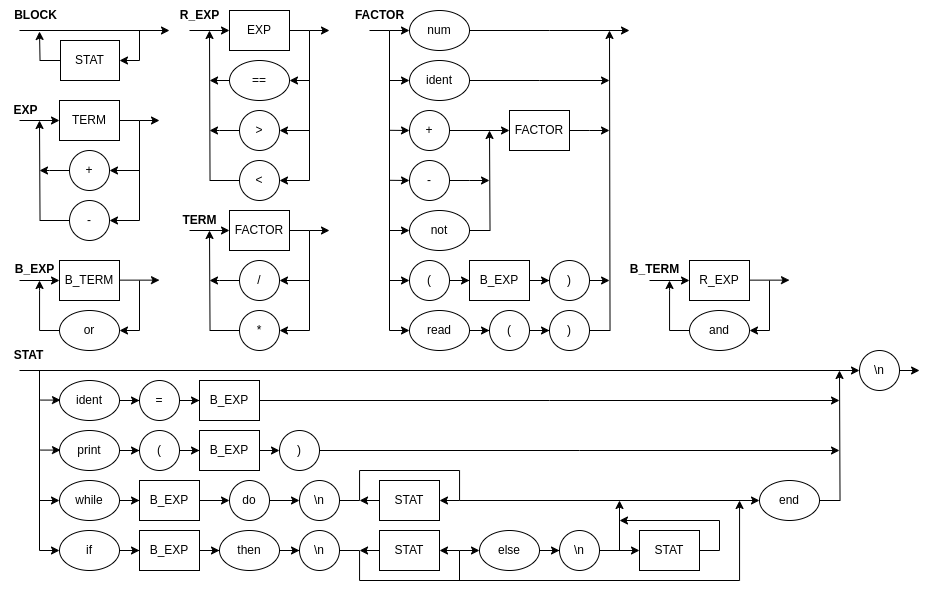
Above: diagrama_sintatico.png in jeronimo-a/logcomp-2024-1 (draw.io), before the change. Source tidied: cells renumbered, new cells last; positions are measured from the earlier drawing's top-left corner, leaving out a move shared by most shapes.
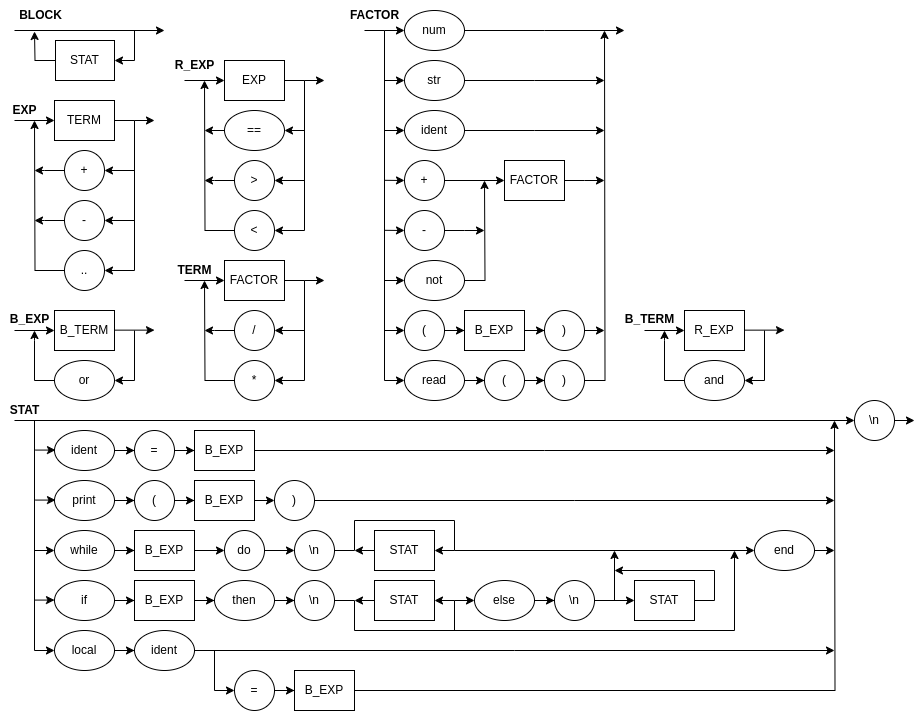
After the commit.

Commit message:
Atualização do diagrama sintático

What changed in the source:
```diff
@@ -33,63 +33,63 @@
     </mxCell>
     <mxCell id="9" style="edgeStyle=orthogonalEdgeStyle;rounded=0;jettySize=auto;html=1;exitX=1;exitY=0.5;exitDx=0;exitDy=0;" parent="1" edge="1" source="16">
       <mxGeometry relative="1" as="geometry">
-        <mxPoint x="159" y="120" as="targetPoint" />
+        <mxPoint x="159" y="70" as="targetPoint" />
       </mxGeometry>
     </mxCell>
     <mxCell id="10" style="edgeStyle=orthogonalEdgeStyle;rounded=0;jettySize=auto;html=1;" parent="1" edge="1" source="11">
       <mxGeometry relative="1" as="geometry">
-        <mxPoint x="39" y="170" as="targetPoint" />
+        <mxPoint x="39" y="120" as="targetPoint" />
       </mxGeometry>
     </mxCell>
     <mxCell id="11" value="+" style="ellipse;whiteSpace=wrap;html=1;" parent="1" vertex="1">
-      <mxGeometry x="69" y="150" width="40" height="40" as="geometry" />
+      <mxGeometry x="69" y="100" width="40" height="40" as="geometry" />
     </mxCell>
-    <mxCell id="12" style="edgeStyle=orthogonalEdgeStyle;rounded=0;jettySize=auto;html=1;" parent="1" edge="1" source="13">
-      <mxGeometry relative="1" as="geometry">
-        <mxPoint x="39" y="120" as="targetPoint" />
-      </mxGeometry>
-    </mxCell>
+    <mxCell id="140" style="edgeStyle=orthogonalEdgeStyle;rounded=0;jettySize=auto;html=1;" parent="1" edge="1" source="13">
+      <mxGeometry relative="1" as="geometry">
+        <mxPoint x="39" y="170" as="targetPoint" />
+      </mxGeometry>
+    </mxCell>
     <mxCell id="13" value="-" style="ellipse;whiteSpace=wrap;html=1;" parent="1" vertex="1">
-      <mxGeometry x="69" y="200" width="40" height="40" as="geometry" />
+      <mxGeometry x="69" y="150" width="40" height="40" as="geometry" />
     </mxCell>
     <mxCell id="14" style="endArrow=classic;html=1;rounded=0;entryX=0;entryY=0.5;entryDx=0;entryDy=0;" parent="1" edge="1" target="16">
       <mxGeometry relative="1" as="geometry">
-        <mxPoint x="19" y="120" as="sourcePoint" />
+        <mxPoint x="19" y="70" as="sourcePoint" />
       </mxGeometry>
     </mxCell>
     <mxCell id="15" value="EXP" style="text;html=1;align=center;verticalAlign=middle;strokeColor=none;fillColor=none;fontStyle=1;" parent="1" vertex="1">
-      <mxGeometry y="95" width="50" height="30" as="geometry" />
+      <mxGeometry x="4" y="45" width="50" height="30" as="geometry" />
     </mxCell>
     <mxCell id="16" value="TERM" style="rounded=0;whiteSpace=wrap;html=1;" parent="1" vertex="1">
-      <mxGeometry x="59" y="100" width="60" height="40" as="geometry" />
+      <mxGeometry x="59" y="50" width="60" height="40" as="geometry" />
     </mxCell>
     <mxCell id="17" value="FACTOR" style="rounded=0;whiteSpace=wrap;html=1;" parent="1" vertex="1">
       <mxGeometry x="229" y="210" width="60" height="40" as="geometry" />
     </mxCell>
     <mxCell id="18" style="edgeStyle=orthogonalEdgeStyle;rounded=0;jettySize=auto;html=1;" parent="1" edge="1" source="19">
       <mxGeometry relative="1" as="geometry">
-        <mxPoint x="39" y="31" as="targetPoint" />
+        <mxPoint x="39" y="-19" as="targetPoint" />
       </mxGeometry>
     </mxCell>
     <mxCell id="19" value="STAT" style="rounded=0;whiteSpace=wrap;html=1;" parent="1" vertex="1">
-      <mxGeometry x="60" y="40" width="59" height="40" as="geometry" />
+      <mxGeometry x="60" y="-10" width="59" height="40" as="geometry" />
     </mxCell>
     <mxCell id="20" style="endArrow=classic;html=1;rounded=0;" parent="1" edge="1">
       <mxGeometry relative="1" as="geometry">
-        <mxPoint x="19" y="30" as="sourcePoint" />
-        <mxPoint x="169" y="30" as="targetPoint" />
+        <mxPoint x="19" y="-20" as="sourcePoint" />
+        <mxPoint x="169" y="-20" as="targetPoint" />
       </mxGeometry>
     </mxCell>
     <mxCell id="21" style="endArrow=classic;html=1;rounded=0;entryX=1;entryY=0.5;entryDx=0;entryDy=0;" parent="1" edge="1" target="19">
       <mxGeometry relative="1" as="geometry">
-        <mxPoint x="139" y="30" as="sourcePoint" />
+        <mxPoint x="139" y="-20" as="sourcePoint" />
         <Array as="points">
-          <mxPoint x="139" y="60" />
+          <mxPoint x="139" y="10" />
         </Array>
       </mxGeometry>
     </mxCell>
     <mxCell id="22" value="BLOCK" style="text;html=1;align=center;verticalAlign=middle;strokeColor=none;fillColor=none;fontStyle=1;" parent="1" vertex="1">
-      <mxGeometry width="70" height="30" as="geometry" />
+      <mxGeometry x="10" y="-50" width="70" height="30" as="geometry" />
     </mxCell>
     <mxCell id="23" style="endArrow=classic;html=1;rounded=0;entryX=0;entryY=0.5;entryDx=0;entryDy=0;" parent="1" edge="1" target="40">
       <mxGeometry relative="1" as="geometry">
@@ -97,7 +97,7 @@
       </mxGeometry>
     </mxCell>
     <mxCell id="24" value="STAT" style="text;html=1;align=center;verticalAlign=middle;strokeColor=none;fillColor=none;fontStyle=1;" parent="1" vertex="1">
-      <mxGeometry x="3" y="340" width="50" height="30" as="geometry" />
+      <mxGeometry x="4" y="345" width="50" height="30" as="geometry" />
     </mxCell>
     <mxCell id="25" style="edgeStyle=orthogonalEdgeStyle;rounded=0;jettySize=auto;html=1;entryX=0;entryY=0.5;entryDx=0;entryDy=0;" parent="1" edge="1" source="26" target="30">
       <mxGeometry relative="1" as="geometry" />
@@ -197,11 +197,11 @@
     <mxCell id="50" value="STAT" style="rounded=0;whiteSpace=wrap;html=1;" parent="1" vertex="1">
       <mxGeometry x="379" y="480" width="60" height="40" as="geometry" />
     </mxCell>
-    <mxCell id="51" style="edgeStyle=orthogonalEdgeStyle;rounded=0;jettySize=auto;html=1;" parent="1" edge="1" source="52">
-      <mxGeometry relative="1" as="geometry">
-        <mxPoint x="839" y="370" as="targetPoint" />
-      </mxGeometry>
-    </mxCell>
+    <mxCell id="141" style="edgeStyle=orthogonalEdgeStyle;rounded=0;jettySize=auto;html=1;" parent="1" edge="1" source="52">
+      <mxGeometry relative="1" as="geometry">
+        <mxPoint x="839" y="500" as="targetPoint" />
+      </mxGeometry>
+    </mxCell>
     <mxCell id="52" value="end" style="ellipse;whiteSpace=wrap;html=1;" parent="1" vertex="1">
       <mxGeometry x="759" y="480" width="60" height="40" as="geometry" />
     </mxCell>
@@ -259,14 +259,6 @@
         <mxPoint x="459" y="500" as="sourcePoint" />
       </mxGeometry>
     </mxCell>
-    <mxCell id="67" style="endArrow=classic;html=1;rounded=0;entryX=0;entryY=0.5;entryDx=0;entryDy=0;" parent="1" edge="1" target="54">
-      <mxGeometry relative="1" as="geometry">
-        <mxPoint x="39" y="370" as="sourcePoint" />
-        <Array as="points">
-          <mxPoint x="39" y="550" />
-        </Array>
-      </mxGeometry>
-    </mxCell>
     <mxCell id="68" style="endArrow=classic;html=1;rounded=0;entryX=0;entryY=0.5;entryDx=0;entryDy=0;" parent="1" edge="1" target="42">
       <mxGeometry relative="1" as="geometry">
         <mxPoint x="39" y="500" as="sourcePoint" />
@@ -424,17 +416,9 @@
         </Array>
       </mxGeometry>
     </mxCell>
-    <mxCell id="101" style="endArrow=classic;html=1;rounded=0;entryX=1;entryY=0.5;entryDx=0;entryDy=0;" parent="1" edge="1" target="13">
-      <mxGeometry relative="1" as="geometry">
-        <mxPoint x="139" y="120" as="sourcePoint" />
-        <Array as="points">
-          <mxPoint x="139" y="220" />
-        </Array>
-      </mxGeometry>
-    </mxCell>
     <mxCell id="102" style="endArrow=classic;html=1;rounded=0;entryX=1;entryY=0.5;entryDx=0;entryDy=0;" parent="1" edge="1" target="11">
       <mxGeometry relative="1" as="geometry">
-        <mxPoint x="139" y="170" as="sourcePoint" />
+        <mxPoint x="139" y="120" as="sourcePoint" />
       </mxGeometry>
     </mxCell>
     <mxCell id="103" style="endArrow=classic;html=1;rounded=0;entryX=1;entryY=0.5;entryDx=0;entryDy=0;" parent="1" edge="1" target="82">
@@ -470,11 +454,11 @@
     </mxCell>
     <mxCell id="108" style="edgeStyle=orthogonalEdgeStyle;rounded=0;jettySize=auto;html=1;" parent="1" edge="1" source="109">
       <mxGeometry relative="1" as="geometry">
-        <mxPoint x="629" y="30" as="targetPoint" />
+        <mxPoint x="629" y="-20" as="targetPoint" />
       </mxGeometry>
     </mxCell>
     <mxCell id="109" value="num" style="ellipse;whiteSpace=wrap;html=1;" parent="1" vertex="1">
-      <mxGeometry x="409" y="10" width="60" height="40" as="geometry" />
+      <mxGeometry x="409" y="-40" width="60" height="40" as="geometry" />
     </mxCell>
     <mxCell id="110" style="edgeStyle=orthogonalEdgeStyle;rounded=0;jettySize=auto;html=1;" parent="1" edge="1" source="111">
       <mxGeometry relative="1" as="geometry">
@@ -548,7 +532,7 @@
     </mxCell>
     <mxCell id="130" style="edgeStyle=orthogonalEdgeStyle;rounded=0;jettySize=auto;html=1;" parent="1" edge="1" source="131">
       <mxGeometry relative="1" as="geometry">
-        <mxPoint x="609" y="30" as="targetPoint" />
+        <mxPoint x="609" y="-20" as="targetPoint" />
       </mxGeometry>
     </mxCell>
     <mxCell id="131" value=")" style="ellipse;whiteSpace=wrap;html=1;" parent="1" vertex="1">
@@ -556,9 +540,9 @@
     </mxCell>
     <mxCell id="132" style="endArrow=classic;html=1;rounded=0;entryX=0;entryY=0.5;entryDx=0;entryDy=0;" parent="1" edge="1" target="127">
       <mxGeometry relative="1" as="geometry">
-        <mxPoint x="369" y="30" as="sourcePoint" />
+        <mxPoint x="369" y="-20" as="sourcePoint" />
         <Array as="points">
-          <mxPoint x="389" y="30" />
+          <mxPoint x="389" y="-20" />
           <mxPoint x="389" y="330" />
         </Array>
       </mxGeometry>
@@ -593,12 +577,98 @@
     </mxCell>
     <mxCell id="138" style="endArrow=classic;html=1;rounded=0;entryX=0;entryY=0.5;entryDx=0;entryDy=0;" parent="1" edge="1">
       <mxGeometry relative="1" as="geometry">
-        <mxPoint x="389" y="30" as="sourcePoint" />
-        <mxPoint x="409" y="30" as="targetPoint" />
+        <mxPoint x="389" y="-20" as="sourcePoint" />
+        <mxPoint x="409" y="-20" as="targetPoint" />
       </mxGeometry>
     </mxCell>
     <mxCell id="139" value="FACTOR" style="text;html=1;align=center;verticalAlign=middle;strokeColor=none;fillColor=none;fontStyle=1;" parent="1" vertex="1">
-      <mxGeometry x="344" width="70" height="30" as="geometry" />
+      <mxGeometry x="344" y="-50" width="70" height="30" as="geometry" />
     </mxCell>
+    <mxCell id="142" style="endArrow=classic;html=1;rounded=0;entryX=0;entryY=0.5;entryDx=0;entryDy=0;" parent="1" edge="1">
+      <mxGeometry relative="1" as="geometry">
+        <mxPoint x="39" y="549.6" as="sourcePoint" />
+        <mxPoint x="59" y="549.6" as="targetPoint" />
+      </mxGeometry>
+    </mxCell>
+    <mxCell id="143" style="edgeStyle=orthogonalEdgeStyle;rounded=0;jettySize=auto;html=1;entryX=0;entryY=0.5;entryDx=0;entryDy=0;" parent="1" edge="1" source="144" target="146">
+      <mxGeometry relative="1" as="geometry" />
+    </mxCell>
+    <mxCell id="144" value="local" style="ellipse;whiteSpace=wrap;html=1;" parent="1" vertex="1">
+      <mxGeometry x="59" y="580" width="60" height="40" as="geometry" />
+    </mxCell>
+    <mxCell id="145" style="edgeStyle=orthogonalEdgeStyle;rounded=0;jettySize=auto;html=1;" parent="1" edge="1" source="146">
+      <mxGeometry relative="1" as="geometry">
+        <mxPoint x="839" y="600" as="targetPoint" />
+      </mxGeometry>
+    </mxCell>
+    <mxCell id="146" value="ident" style="ellipse;whiteSpace=wrap;html=1;" parent="1" vertex="1">
+      <mxGeometry x="139" y="580" width="60" height="40" as="geometry" />
+    </mxCell>
+    <mxCell id="147" style="endArrow=classic;html=1;rounded=0;entryX=0;entryY=0.5;entryDx=0;entryDy=0;" parent="1" edge="1" target="144">
+      <mxGeometry relative="1" as="geometry">
+        <mxPoint x="39" y="370" as="sourcePoint" />
+        <Array as="points">
+          <mxPoint x="39" y="600" />
+        </Array>
+      </mxGeometry>
+    </mxCell>
+    <mxCell id="148" style="edgeStyle=orthogonalEdgeStyle;rounded=0;jettySize=auto;html=1;entryX=0;entryY=0.5;entryDx=0;entryDy=0;" parent="1" edge="1" source="149" target="152">
+      <mxGeometry relative="1" as="geometry" />
+    </mxCell>
+    <mxCell id="149" value="=" style="ellipse;whiteSpace=wrap;html=1;" parent="1" vertex="1">
+      <mxGeometry x="239" y="620" width="40" height="40" as="geometry" />
+    </mxCell>
+    <mxCell id="150" style="endArrow=classic;html=1;rounded=0;" parent="1" edge="1">
+      <mxGeometry relative="1" as="geometry">
+        <mxPoint x="219" y="600" as="sourcePoint" />
+        <mxPoint x="239" y="640" as="targetPoint" />
+        <Array as="points">
+          <mxPoint x="219" y="640" />
+        </Array>
+      </mxGeometry>
+    </mxCell>
+    <mxCell id="151" style="edgeStyle=orthogonalEdgeStyle;rounded=0;jettySize=auto;html=1;" parent="1" edge="1" source="152">
+      <mxGeometry relative="1" as="geometry">
+        <mxPoint x="839" y="370" as="targetPoint" />
+      </mxGeometry>
+    </mxCell>
+    <mxCell id="152" value="B_EXP" style="rounded=0;whiteSpace=wrap;html=1;" parent="1" vertex="1">
+      <mxGeometry x="299" y="620" width="60" height="40" as="geometry" />
+    </mxCell>
+    <mxCell id="153" style="edgeStyle=orthogonalEdgeStyle;rounded=0;jettySize=auto;html=1;" parent="1" edge="1" source="154">
+      <mxGeometry relative="1" as="geometry">
+        <mxPoint x="39" y="70" as="targetPoint" />
+      </mxGeometry>
+    </mxCell>
+    <mxCell id="154" value=".." style="ellipse;whiteSpace=wrap;html=1;" parent="1" vertex="1">
+      <mxGeometry x="69" y="200" width="40" height="40" as="geometry" />
+    </mxCell>
+    <mxCell id="155" style="endArrow=classic;html=1;rounded=0;entryX=1;entryY=0.5;entryDx=0;entryDy=0;" parent="1" edge="1" target="13">
+      <mxGeometry relative="1" as="geometry">
+        <mxPoint x="139" y="170" as="sourcePoint" />
+      </mxGeometry>
+    </mxCell>
+    <mxCell id="156" style="endArrow=classic;html=1;rounded=0;entryX=1;entryY=0.5;entryDx=0;entryDy=0;" parent="1" edge="1" target="154">
+      <mxGeometry relative="1" as="geometry">
+        <mxPoint x="139" y="70" as="sourcePoint" />
+        <Array as="points">
+          <mxPoint x="139" y="220" />
+        </Array>
+      </mxGeometry>
+    </mxCell>
+    <mxCell id="157" style="edgeStyle=orthogonalEdgeStyle;rounded=0;jettySize=auto;html=1;" parent="1" edge="1" source="158">
+      <mxGeometry relative="1" as="geometry">
+        <mxPoint x="609" y="30" as="targetPoint" />
+      </mxGeometry>
+    </mxCell>
+    <mxCell id="158" value="str" style="ellipse;whiteSpace=wrap;html=1;" parent="1" vertex="1">
+      <mxGeometry x="409" y="10" width="60" height="40" as="geometry" />
+    </mxCell>
+    <mxCell id="159" style="endArrow=classic;html=1;rounded=0;entryX=0;entryY=0.5;entryDx=0;entryDy=0;" parent="1" edge="1">
+      <mxGeometry relative="1" as="geometry">
+        <mxPoint x="389" y="30" as="sourcePoint" />
+        <mxPoint x="409" y="30" as="targetPoint" />
+      </mxGeometry>
+    </mxCell>
   </root>
 </mxGraphModel>
```
